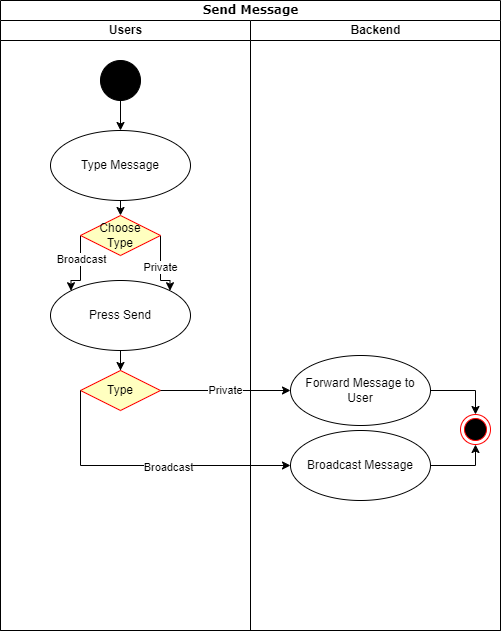
This is docs/ActivityDiagrams/ActivitySendMessage.png from Scherrik/se_mcm, a draw.io export, as it was before one commit. Source tidied: cells renumbered, new cells last; positions are measured from the earlier drawing's top-left corner, leaving out a move shared by most shapes.
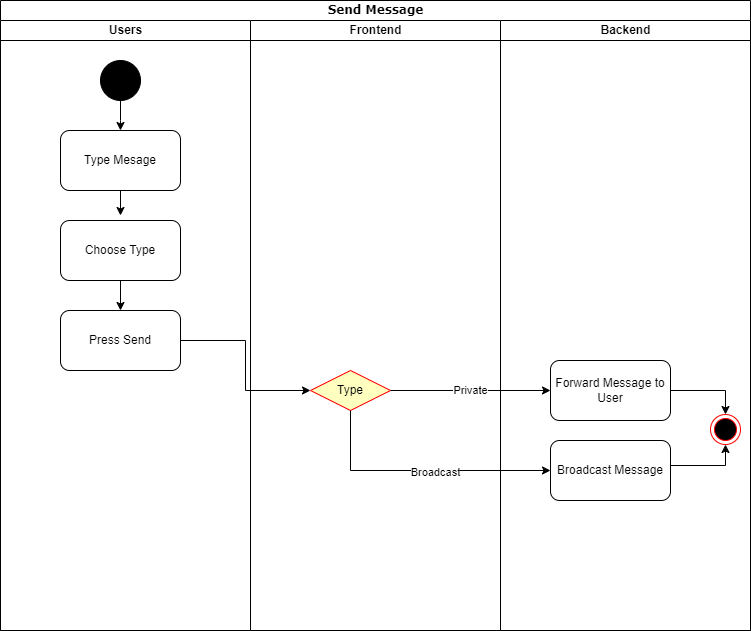
Above is the later version.

What changed in the source:
```diff
@@ -3,88 +3,76 @@
     <mxCell id="0" />
     <mxCell id="1" parent="0" />
     <mxCell id="2" value="Send Message" style="swimlane;html=1;startSize=20;rounded=0;shadow=0;comic=0;labelBackgroundColor=none;strokeWidth=1;fontFamily=Verdana;fontSize=12;align=center;" parent="1" vertex="1">
-      <mxGeometry width="500" height="630" as="geometry" />
+      <mxGeometry width="750" height="630" as="geometry" />
     </mxCell>
     <mxCell id="3" value="Users" style="swimlane;html=1;startSize=20;" parent="2" vertex="1">
       <mxGeometry y="20" width="250" height="610" as="geometry" />
     </mxCell>
-    <mxCell id="4" style="edgeStyle=orthogonalEdgeStyle;rounded=0;jettySize=auto;html=1;startArrow=none;startFill=0;endArrow=classic;endFill=1;" parent="3" edge="1" source="5" target="7">
-      <mxGeometry relative="1" as="geometry" />
+    <mxCell id="4" style="edgeStyle=orthogonalEdgeStyle;rounded=0;jettySize=auto;html=1;startArrow=none;startFill=0;endArrow=classic;endFill=1;" parent="3" edge="1" source="5">
+      <mxGeometry relative="1" as="geometry">
+        <mxPoint x="120" y="110" as="targetPoint" />
+      </mxGeometry>
     </mxCell>
     <mxCell id="5" style="ellipse;whiteSpace=wrap;html=1;rounded=0;shadow=0;comic=0;labelBackgroundColor=none;strokeWidth=1;fillColor=#000000;fontFamily=Verdana;fontSize=12;align=center;" parent="3" vertex="1">
       <mxGeometry x="100" y="40" width="40" height="40" as="geometry" />
     </mxCell>
-    <mxCell id="6" style="edgeStyle=orthogonalEdgeStyle;rounded=0;jettySize=auto;html=1;exitX=0.5;exitY=1;exitDx=0;exitDy=0;entryX=0.5;entryY=0;entryDx=0;entryDy=0;startArrow=none;startFill=0;endArrow=classic;endFill=1;" parent="3" edge="1" source="7" target="11">
-      <mxGeometry relative="1" as="geometry" />
+    <mxCell id="6" style="edgeStyle=orthogonalEdgeStyle;rounded=0;jettySize=auto;html=1;exitX=0.5;exitY=1;exitDx=0;exitDy=0;entryX=0.5;entryY=0;entryDx=0;entryDy=0;startArrow=none;startFill=0;endArrow=classic;endFill=1;" parent="3" edge="1" source="24">
+      <mxGeometry relative="1" as="geometry">
+        <mxPoint x="120" y="195" as="targetPoint" />
+      </mxGeometry>
     </mxCell>
-    <mxCell id="7" value="Type Message" style="ellipse;whiteSpace=wrap;html=1;" parent="3" vertex="1">
-      <mxGeometry x="50" y="110" width="140" height="70" as="geometry" />
-    </mxCell>
-    <mxCell id="8" style="edgeStyle=orthogonalEdgeStyle;rounded=0;jettySize=auto;html=1;entryX=0;entryY=0;entryDx=0;entryDy=0;startArrow=none;startFill=0;endArrow=classic;endFill=1;" parent="3" edge="1" source="11" target="13">
-      <mxGeometry relative="1" as="geometry">
-        <Array as="points">
-          <mxPoint x="80" y="260" />
-          <mxPoint x="71" y="260" />
-        </Array>
-      </mxGeometry>
-    </mxCell>
-    <mxCell id="9" value="Broadcast" style="edgeLabel;html=1;align=center;verticalAlign=middle;" parent="8" vertex="1">
-      <mxGeometry x="-0.28" relative="1" as="geometry" />
-    </mxCell>
-    <mxCell id="10" value="Private" style="edgeStyle=orthogonalEdgeStyle;rounded=0;jettySize=auto;html=1;entryX=1;entryY=0;entryDx=0;entryDy=0;startArrow=none;startFill=0;endArrow=classic;endFill=1;" parent="3" edge="1" source="11" target="13">
-      <mxGeometry relative="1" as="geometry">
-        <Array as="points">
-          <mxPoint x="160" y="260" />
-          <mxPoint x="170" y="260" />
-        </Array>
-      </mxGeometry>
-    </mxCell>
+    <mxCell id="24" value="Type Mesage" style="rounded=1;whiteSpace=wrap;html=1;" parent="3" vertex="1">
+      <mxGeometry x="60" y="110" width="120" height="60" as="geometry" />
+    </mxCell>
+    <mxCell id="25" style="edgeStyle=orthogonalEdgeStyle;rounded=0;jettySize=auto;html=1;exitX=0.5;exitY=1;exitDx=0;exitDy=0;entryX=0.5;entryY=0;entryDx=0;entryDy=0;" parent="3" edge="1" source="11" target="13">
+      <mxGeometry relative="1" as="geometry" />
+    </mxCell>
-    <mxCell id="11" value="Choose&lt;br&gt;Type" style="rhombus;whiteSpace=wrap;html=1;fillColor=#ffffc0;strokeColor=#ff0000;" parent="3" vertex="1">
-      <mxGeometry x="80" y="195" width="80" height="40" as="geometry" />
+    <mxCell id="11" value="Choose Type" style="rounded=1;whiteSpace=wrap;html=1;" parent="3" vertex="1">
+      <mxGeometry x="60" y="200" width="120" height="60" as="geometry" />
     </mxCell>
-    <mxCell id="12" style="edgeStyle=orthogonalEdgeStyle;rounded=0;jettySize=auto;html=1;startArrow=none;startFill=0;endArrow=classic;endFill=1;" parent="3" edge="1" source="13" target="14">
-      <mxGeometry relative="1" as="geometry" />
-    </mxCell>
-    <mxCell id="13" value="Press Send" style="ellipse;whiteSpace=wrap;html=1;" parent="3" vertex="1">
-      <mxGeometry x="50" y="260" width="140" height="70" as="geometry" />
+    <mxCell id="13" value="Press Send" style="rounded=1;whiteSpace=wrap;html=1;" parent="3" vertex="1">
+      <mxGeometry x="60" y="290" width="120" height="60" as="geometry" />
     </mxCell>
+    <mxCell id="26" value="Frontend" style="swimlane;html=1;startSize=20;" parent="2" vertex="1">
+      <mxGeometry x="250" y="20" width="250" height="610" as="geometry" />
+    </mxCell>
-    <mxCell id="14" value="Type" style="rhombus;whiteSpace=wrap;html=1;fillColor=#ffffc0;strokeColor=#ff0000;" parent="3" vertex="1">
-      <mxGeometry x="80" y="350" width="80" height="40" as="geometry" />
+    <mxCell id="14" value="Type" style="rhombus;whiteSpace=wrap;html=1;fillColor=#ffffc0;strokeColor=#ff0000;" parent="26" vertex="1">
+      <mxGeometry x="60" y="350" width="80" height="40" as="geometry" />
     </mxCell>
     <mxCell id="15" value="Backend" style="swimlane;html=1;startSize=20;" parent="2" vertex="1">
-      <mxGeometry x="250" y="20" width="250" height="610" as="geometry" />
+      <mxGeometry x="500" y="20" width="250" height="610" as="geometry" />
     </mxCell>
-    <mxCell id="16" style="edgeStyle=orthogonalEdgeStyle;rounded=0;jettySize=auto;html=1;entryX=0.5;entryY=1;entryDx=0;entryDy=0;startArrow=none;startFill=0;endArrow=classic;endFill=1;" parent="15" edge="1" source="17" target="20">
+    <mxCell id="16" style="edgeStyle=orthogonalEdgeStyle;rounded=0;jettySize=auto;html=1;entryX=0.5;entryY=1;entryDx=0;entryDy=0;startArrow=none;startFill=0;endArrow=classic;endFill=1;exitX=1;exitY=0.5;exitDx=0;exitDy=0;" parent="15" edge="1" source="17" target="20">
       <mxGeometry relative="1" as="geometry">
         <Array as="points">
+          <mxPoint x="170" y="445" />
           <mxPoint x="225" y="445" />
         </Array>
       </mxGeometry>
     </mxCell>
+    <mxCell id="18" style="edgeStyle=orthogonalEdgeStyle;rounded=0;jettySize=auto;html=1;entryX=0.5;entryY=0;entryDx=0;entryDy=0;startArrow=none;startFill=0;endArrow=classic;endFill=1;exitX=1;exitY=0.5;exitDx=0;exitDy=0;" parent="15" edge="1" source="19" target="20">
+      <mxGeometry relative="1" as="geometry" />
+    </mxCell>
+    <mxCell id="20" style="ellipse;html=1;shape=endState;fillColor=#000000;strokeColor=#ff0000;" parent="15" vertex="1">
+      <mxGeometry x="210" y="394" width="30" height="30" as="geometry" />
+    </mxCell>
+    <mxCell id="19" value="Forward Message to User" style="rounded=1;whiteSpace=wrap;html=1;" parent="15" vertex="1">
+      <mxGeometry x="50" y="340" width="120" height="60" as="geometry" />
+    </mxCell>
-    <mxCell id="17" value="Broadcast Message" style="ellipse;whiteSpace=wrap;html=1;" parent="15" vertex="1">
-      <mxGeometry x="40" y="410" width="140" height="70" as="geometry" />
+    <mxCell id="17" value="Broadcast Message" style="rounded=1;whiteSpace=wrap;html=1;" parent="15" vertex="1">
+      <mxGeometry x="50" y="420" width="120" height="60" as="geometry" />
     </mxCell>
-    <mxCell id="18" style="edgeStyle=orthogonalEdgeStyle;rounded=0;jettySize=auto;html=1;entryX=0.5;entryY=0;entryDx=0;entryDy=0;startArrow=none;startFill=0;endArrow=classic;endFill=1;" parent="15" edge="1" source="19" target="20">
-      <mxGeometry relative="1" as="geometry" />
-    </mxCell>
-    <mxCell id="19" value="Forward Message to User" style="ellipse;whiteSpace=wrap;html=1;" parent="15" vertex="1">
-      <mxGeometry x="40" y="335" width="140" height="70" as="geometry" />
-    </mxCell>
-    <mxCell id="20" style="ellipse;html=1;shape=endState;fillColor=#000000;strokeColor=#ff0000;" parent="15" vertex="1">
-      <mxGeometry x="210" y="394" width="30" height="30" as="geometry" />
-    </mxCell>
     <mxCell id="21" value="Private" style="edgeStyle=orthogonalEdgeStyle;rounded=0;jettySize=auto;html=1;entryX=0;entryY=0.5;entryDx=0;entryDy=0;startArrow=none;startFill=0;endArrow=classic;endFill=1;" parent="2" edge="1" source="14" target="19">
       <mxGeometry relative="1" as="geometry" />
     </mxCell>
-    <mxCell id="22" style="edgeStyle=orthogonalEdgeStyle;rounded=0;jettySize=auto;html=1;entryX=0;entryY=0.5;entryDx=0;entryDy=0;startArrow=none;startFill=0;endArrow=classic;endFill=1;exitX=0;exitY=0.5;exitDx=0;exitDy=0;" parent="2" edge="1" source="14" target="17">
-      <mxGeometry relative="1" as="geometry">
-        <Array as="points">
-          <mxPoint x="80" y="465" />
-        </Array>
-      </mxGeometry>
+    <mxCell id="22" style="edgeStyle=orthogonalEdgeStyle;rounded=0;jettySize=auto;html=1;exitX=0.5;exitY=1;exitDx=0;exitDy=0;entryX=0;entryY=0.5;entryDx=0;entryDy=0;" parent="2" edge="1" source="14" target="17">
+      <mxGeometry relative="1" as="geometry" />
     </mxCell>
-    <mxCell id="23" value="Broadcast" style="edgeLabel;html=1;align=center;verticalAlign=middle;" parent="22" vertex="1">
-      <mxGeometry x="0.14" y="-1" relative="1" as="geometry" />
-    </mxCell>
+    <mxCell id="27" value="Broadcast" style="edgeLabel;html=1;align=center;verticalAlign=middle;" parent="22" vertex="1">
+      <mxGeometry x="0.11" y="-1" relative="1" as="geometry" />
+    </mxCell>
+    <mxCell id="12" style="edgeStyle=orthogonalEdgeStyle;rounded=0;jettySize=auto;html=1;startArrow=none;startFill=0;endArrow=classic;endFill=1;" parent="2" edge="1" source="13" target="14">
+      <mxGeometry relative="1" as="geometry" />
+    </mxCell>
   </root>
 </mxGraphModel>
```
